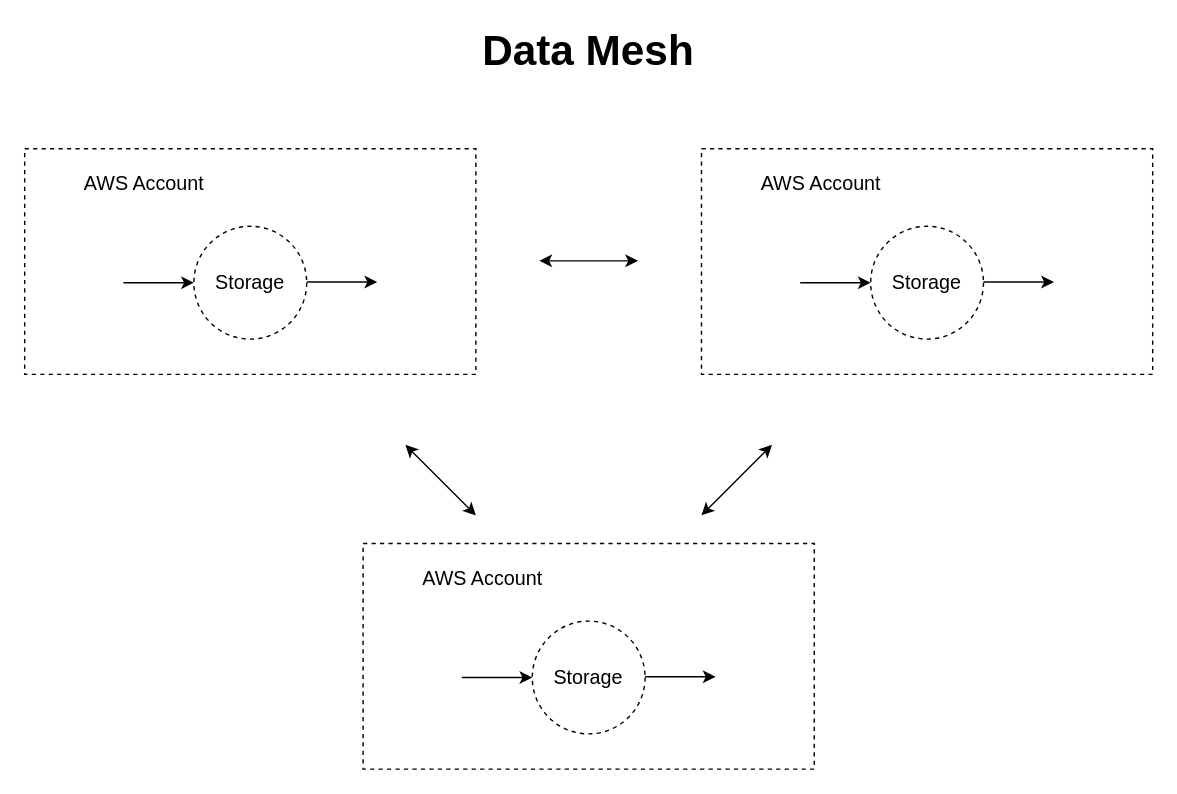
This is data_mesh.drawio from Adam6789/diagrams, a draw.io file, before an edit. Source tidied: cells renumbered, new cells numbered last; positions are measured from the earlier drawing's top-left corner, leaving out a move shared by most shapes. Both pictures are drawn from the tidied source at 141%, with x=0, y=0 at pixel (24, 35).
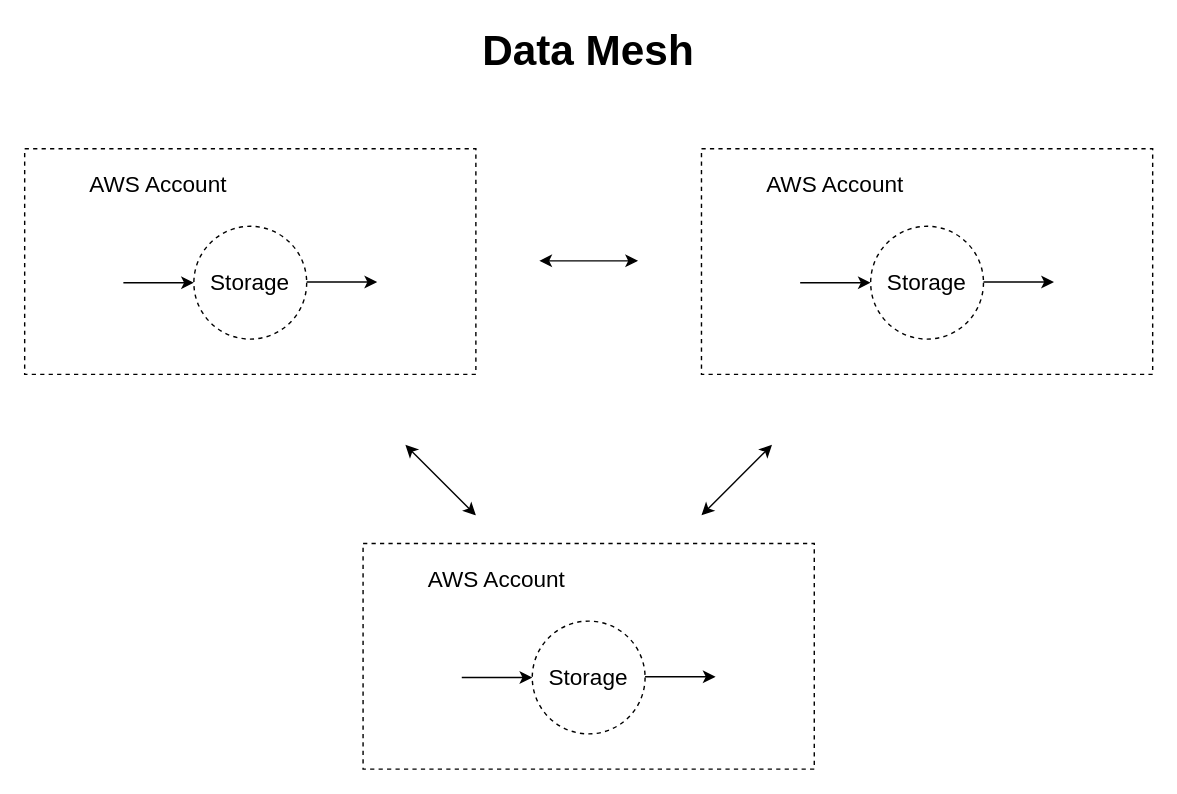
Above is the later version.

Change to the diagram source:
```diff
@@
-    <mxCell id="3" value="AWS Account" style="text;html=1;strokeColor=none;fillColor=none;align=center;verticalAlign=middle;whiteSpace=wrap;rounded=0;dashed=1;fontSize=14;" parent="1" vertex="1">
-      <mxGeometry x="280" y="375" width="90" height="20" as="geometry" />
+    <mxCell id="3" value="&lt;font style=&quot;font-size: 16px&quot;&gt;AWS Account&lt;/font&gt;" style="text;html=1;strokeColor=none;fillColor=none;align=center;verticalAlign=middle;whiteSpace=wrap;rounded=0;dashed=1;fontSize=14;" parent="1" vertex="1">
+      <mxGeometry x="280" y="375" width="110" height="20" as="geometry" />
     </mxCell>
@@
-    <mxCell id="5" value="Storage" style="text;html=1;strokeColor=none;fillColor=none;align=center;verticalAlign=middle;whiteSpace=wrap;rounded=0;dashed=1;fontSize=14;" parent="1" vertex="1">
+    <mxCell id="5" value="&lt;font style=&quot;font-size: 16px;&quot;&gt;Storage&lt;/font&gt;" style="text;html=1;strokeColor=none;fillColor=none;align=center;verticalAlign=middle;whiteSpace=wrap;rounded=0;dashed=1;fontSize=16;" parent="1" vertex="1">
       <mxGeometry x="380" y="445" width="40" height="20" as="geometry" />
     </mxCell>
@@
-    <mxCell id="12" value="AWS Account" style="text;html=1;strokeColor=none;fillColor=none;align=center;verticalAlign=middle;whiteSpace=wrap;rounded=0;dashed=1;fontSize=14;" parent="1" vertex="1">
-      <mxGeometry x="520" y="95" width="90" height="20" as="geometry" />
+    <mxCell id="12" value="&lt;font style=&quot;font-size: 16px&quot;&gt;AWS Account&lt;/font&gt;" style="text;html=1;strokeColor=none;fillColor=none;align=center;verticalAlign=middle;whiteSpace=wrap;rounded=0;dashed=1;fontSize=14;" parent="1" vertex="1">
+      <mxGeometry x="520" y="95" width="110" height="20" as="geometry" />
     </mxCell>
@@
-    <mxCell id="14" value="Storage" style="text;html=1;strokeColor=none;fillColor=none;align=center;verticalAlign=middle;whiteSpace=wrap;rounded=0;dashed=1;fontSize=14;" parent="1" vertex="1">
+    <mxCell id="14" value="Storage" style="text;html=1;strokeColor=none;fillColor=none;align=center;verticalAlign=middle;whiteSpace=wrap;rounded=0;dashed=1;fontSize=16;" parent="1" vertex="1">
       <mxGeometry x="620" y="165" width="40" height="20" as="geometry" />
     </mxCell>
@@
-    <mxCell id="18" value="AWS Account" style="text;html=1;strokeColor=none;fillColor=none;align=center;verticalAlign=middle;whiteSpace=wrap;rounded=0;dashed=1;fontSize=14;" parent="1" vertex="1">
-      <mxGeometry x="40" y="95" width="90" height="20" as="geometry" />
+    <mxCell id="18" value="&lt;font style=&quot;font-size: 16px&quot;&gt;AWS Account&lt;/font&gt;" style="text;html=1;strokeColor=none;fillColor=none;align=center;verticalAlign=middle;whiteSpace=wrap;rounded=0;dashed=1;fontSize=14;" parent="1" vertex="1">
+      <mxGeometry x="40" y="95" width="110" height="20" as="geometry" />
     </mxCell>
@@
-    <mxCell id="20" value="Storage" style="text;html=1;strokeColor=none;fillColor=none;align=center;verticalAlign=middle;whiteSpace=wrap;rounded=0;dashed=1;fontSize=14;" parent="1" vertex="1">
+    <mxCell id="20" value="&lt;font style=&quot;font-size: 16px;&quot;&gt;Storage&lt;/font&gt;" style="text;html=1;strokeColor=none;fillColor=none;align=center;verticalAlign=middle;whiteSpace=wrap;rounded=0;dashed=1;fontSize=16;" parent="1" vertex="1">
       <mxGeometry x="140" y="165" width="40" height="20" as="geometry" />
     </mxCell>
```
